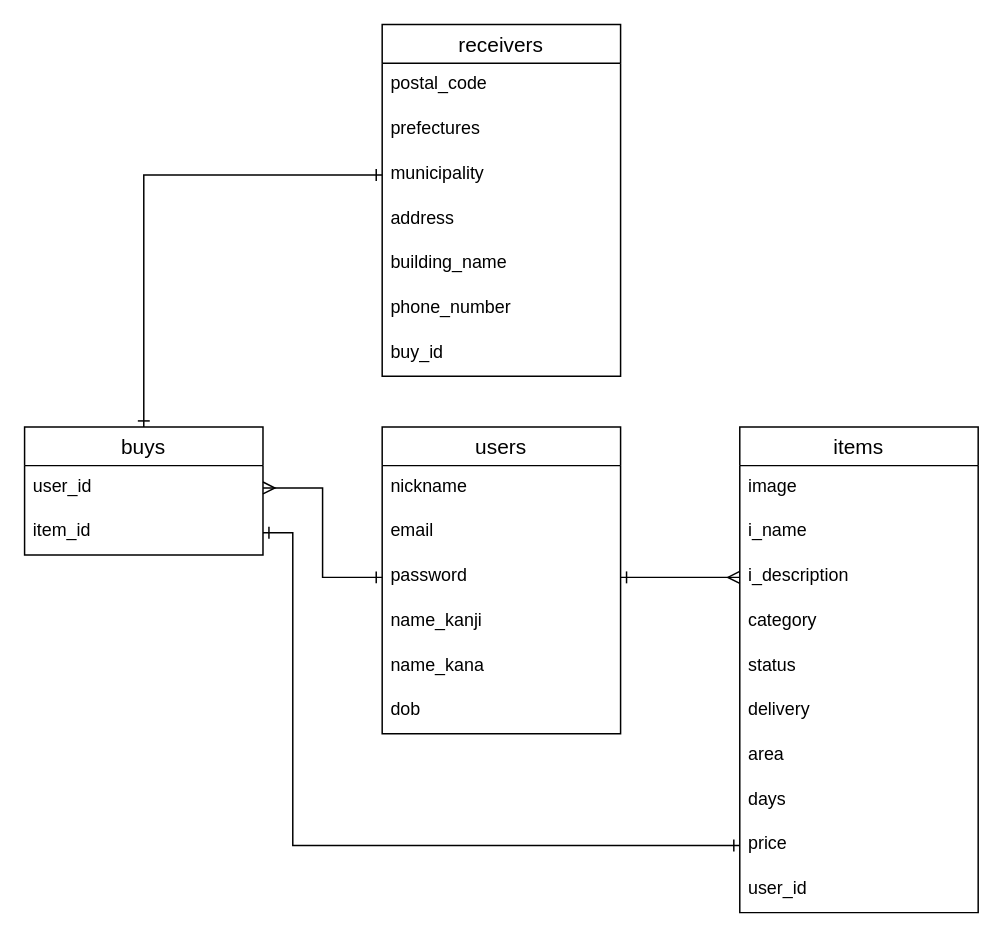
nina2728/furima-34709 keeps this draw.io diagram as furima_er.dio. Above is the earlier version. Source tidied: cells renumbered, new cells numbered last; positions are measured from the earlier drawing's top-left corner, leaving out a move shared by most shapes. Both pictures are drawn from the tidied source at 149%, with x=0, y=0 at pixel (24, 24).
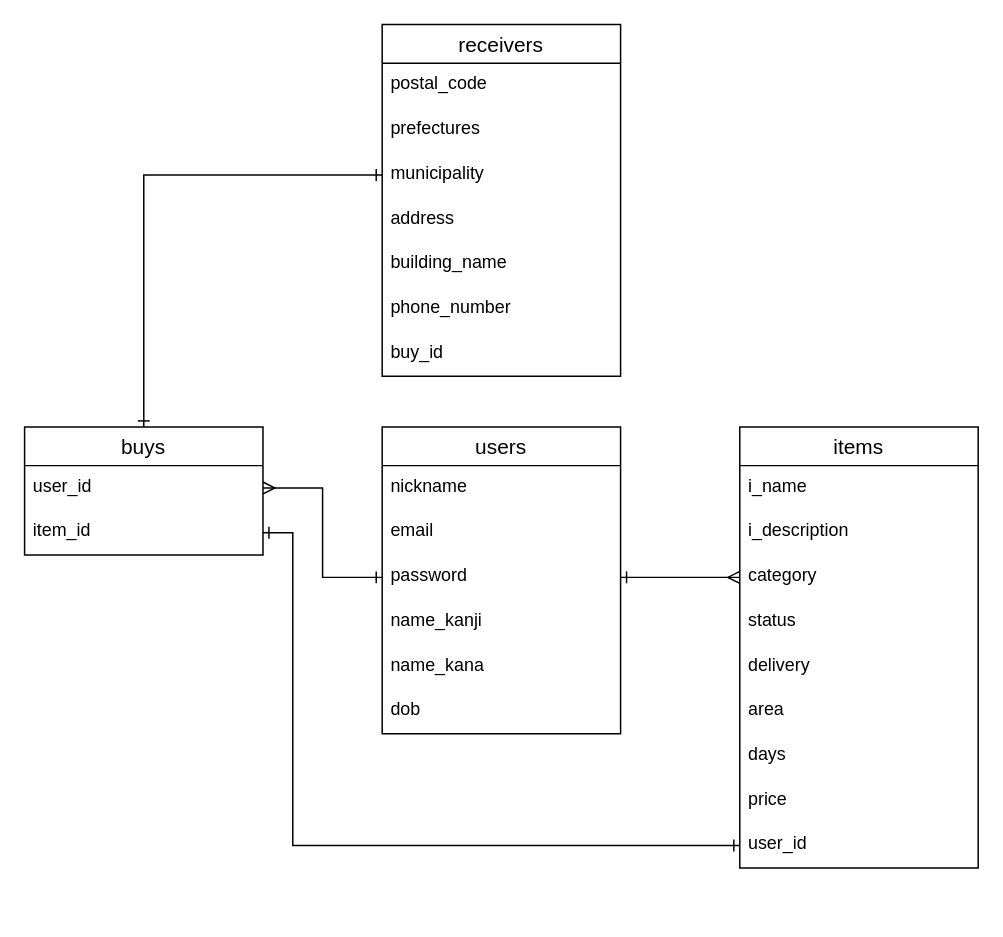
After the change.

Commit message (it also covers changes not shown here):
ER図修正とREADME記述

Unchanged cells that the change refers to:
```xml
<mxCell id="5" value="password" style="text;strokeColor=none;fillColor=none;spacingLeft=4;spacingRight=4;overflow=hidden;points=[[0,0.5],[1,0.5]];portConstraint=eastwest;fontSize=12;" parent="2" vertex="1">
  <mxGeometry y="86" width="160" height="30" as="geometry" />
</mxCell>
<mxCell id="23" value="item_id" style="text;strokeColor=none;fillColor=none;spacingLeft=4;spacingRight=4;overflow=hidden;points=[[0,0.5],[1,0.5]];portConstraint=eastwest;fontSize=12;" parent="21" vertex="1">
  <mxGeometry y="56" width="160" height="30" as="geometry" />
</mxCell>
```

What changed in the source:
```diff
@@
     <mxCell id="9" value="items" style="swimlane;fontStyle=0;horizontal=1;startSize=26;align=center;fontSize=14;" parent="1" vertex="1">
-      <mxGeometry x="480" y="270" width="160" height="326" as="geometry" />
+      <mxGeometry x="480" y="270" width="160" height="296" as="geometry" />
     </mxCell>
-    <mxCell id="10" value="image" style="text;strokeColor=none;fillColor=none;spacingLeft=4;spacingRight=4;overflow=hidden;fontSize=12;" parent="9" vertex="1">
-      <mxGeometry y="26" width="160" height="30" as="geometry" />
-    </mxCell>
     <mxCell id="11" value="i_name" style="text;strokeColor=none;fillColor=none;spacingLeft=4;spacingRight=4;overflow=hidden;fontSize=12;" parent="9" vertex="1">
-      <mxGeometry y="56" width="160" height="30" as="geometry" />
+      <mxGeometry y="26" width="160" height="30" as="geometry" />
     </mxCell>
     <mxCell id="12" value="i_description" style="text;strokeColor=none;fillColor=none;spacingLeft=4;spacingRight=4;overflow=hidden;points=[[0,0.5],[1,0.5]];portConstraint=eastwest;fontSize=12;" parent="9" vertex="1">
-      <mxGeometry y="86" width="160" height="30" as="geometry" />
+      <mxGeometry y="56" width="160" height="30" as="geometry" />
     </mxCell>
     <mxCell id="13" value="category" style="text;strokeColor=none;fillColor=none;spacingLeft=4;spacingRight=4;overflow=hidden;points=[[0,0.5],[1,0.5]];portConstraint=eastwest;fontSize=12;" parent="9" vertex="1">
-      <mxGeometry y="116" width="160" height="30" as="geometry" />
+      <mxGeometry y="86" width="160" height="30" as="geometry" />
     </mxCell>
     <mxCell id="14" value="status" style="text;strokeColor=none;fillColor=none;spacingLeft=4;spacingRight=4;overflow=hidden;fontSize=12;" parent="9" vertex="1">
-      <mxGeometry y="146" width="160" height="30" as="geometry" />
+      <mxGeometry y="116" width="160" height="30" as="geometry" />
     </mxCell>
     <mxCell id="15" value="delivery" style="text;strokeColor=none;fillColor=none;spacingLeft=4;spacingRight=4;overflow=hidden;fontSize=12;" parent="9" vertex="1">
-      <mxGeometry y="176" width="160" height="30" as="geometry" />
+      <mxGeometry y="146" width="160" height="30" as="geometry" />
     </mxCell>
     <mxCell id="16" value="area" style="text;strokeColor=none;fillColor=none;spacingLeft=4;spacingRight=4;overflow=hidden;fontSize=12;" parent="9" vertex="1">
-      <mxGeometry y="206" width="160" height="30" as="geometry" />
+      <mxGeometry y="176" width="160" height="30" as="geometry" />
     </mxCell>
     <mxCell id="17" value="days" style="text;strokeColor=none;fillColor=none;spacingLeft=4;spacingRight=4;overflow=hidden;fontSize=12;" parent="9" vertex="1">
-      <mxGeometry y="236" width="160" height="30" as="geometry" />
+      <mxGeometry y="206" width="160" height="30" as="geometry" />
     </mxCell>
     <mxCell id="18" value="price" style="text;strokeColor=none;fillColor=none;spacingLeft=4;spacingRight=4;overflow=hidden;points=[[0,0.5],[1,0.5]];portConstraint=eastwest;fontSize=12;" parent="9" vertex="1">
-      <mxGeometry y="266" width="160" height="30" as="geometry" />
+      <mxGeometry y="236" width="160" height="30" as="geometry" />
     </mxCell>
     <mxCell id="19" value="user_id" style="text;strokeColor=none;fillColor=none;spacingLeft=4;spacingRight=4;overflow=hidden;points=[[0,0.5],[1,0.5]];portConstraint=eastwest;fontSize=12;" parent="9" vertex="1">
-      <mxGeometry y="296" width="160" height="30" as="geometry" />
+      <mxGeometry y="266" width="160" height="30" as="geometry" />
     </mxCell>
@@
-    <mxCell id="24" style="edgeStyle=orthogonalEdgeStyle;rounded=0;jettySize=auto;html=1;exitX=1;exitY=0.5;exitDx=0;exitDy=0;endArrow=ERmany;endFill=0;startArrow=ERone;startFill=0;entryX=0;entryY=0.5;entryDx=0;entryDy=0;" parent="1" edge="1" source="5" target="12">
+    <mxCell id="24" style="edgeStyle=orthogonalEdgeStyle;rounded=0;jettySize=auto;html=1;exitX=1;exitY=0.5;exitDx=0;exitDy=0;endArrow=ERmany;endFill=0;startArrow=ERone;startFill=0;entryX=0;entryY=0.5;entryDx=0;entryDy=0;" parent="1" edge="1" source="5" target="13">
       <mxGeometry relative="1" as="geometry" />
     </mxCell>
@@
-    <mxCell id="34" style="edgeStyle=orthogonalEdgeStyle;rounded=0;jettySize=auto;html=1;exitX=0;exitY=0.5;exitDx=0;exitDy=0;entryX=1;entryY=0.5;entryDx=0;entryDy=0;startArrow=ERone;startFill=0;endArrow=ERone;endFill=0;" parent="1" edge="1" source="18" target="23">
-      <mxGeometry relative="1" as="geometry">
-        <Array as="points">
-          <mxPoint x="180" y="551" />
-          <mxPoint x="180" y="341" />
-        </Array>
-      </mxGeometry>
-    </mxCell>
+    <mxCell id="35" style="edgeStyle=orthogonalEdgeStyle;rounded=0;jettySize=auto;html=1;exitX=1;exitY=0.5;exitDx=0;exitDy=0;entryX=0;entryY=0.5;entryDx=0;entryDy=0;startArrow=ERone;startFill=0;endArrow=ERone;endFill=0;" parent="1" edge="1" source="23" target="19">
+      <mxGeometry relative="1" as="geometry">
+        <Array as="points">
+          <mxPoint x="180" y="341" />
+          <mxPoint x="180" y="551" />
+        </Array>
+      </mxGeometry>
+    </mxCell>
```
